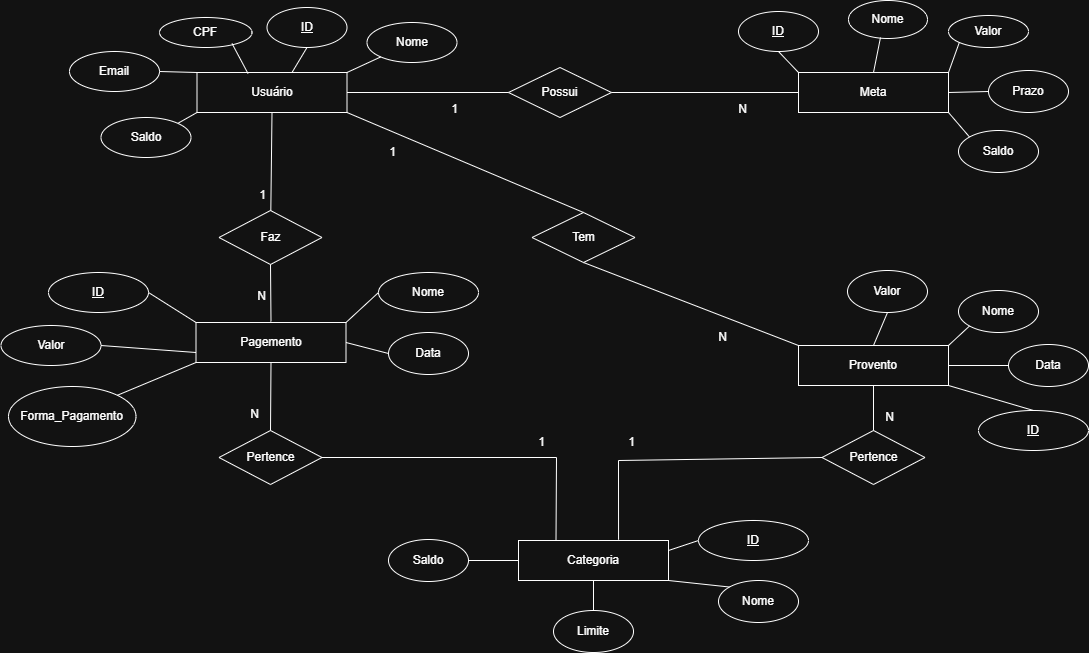
This is DER.png from Lucas-Aguiar-Nunes/FinTrack, a draw.io export, as it was before one commit. Source tidied: cells renumbered, new cells last; positions are measured from the earlier drawing's top-left corner, leaving out a move shared by most shapes.
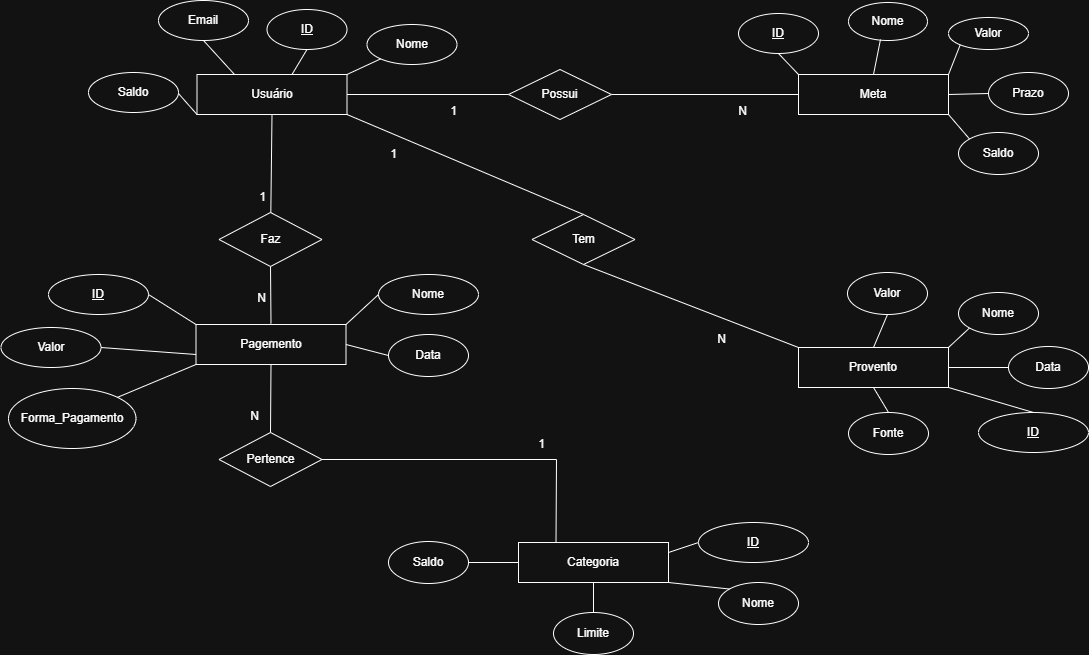
After the commit.

The edit, as a diff of the source:
```diff
@@ -15,11 +15,8 @@
       <mxGeometry x="798" y="345" width="150" height="40" as="geometry" />
     </mxCell>
     <mxCell id="6" value="Email" style="ellipse;whiteSpace=wrap;html=1;align=center;" parent="1" vertex="1">
-      <mxGeometry x="69" y="51" width="90" height="40" as="geometry" />
+      <mxGeometry x="158" y="-2" width="90" height="40" as="geometry" />
     </mxCell>
-    <mxCell id="7" value="CPF" style="ellipse;whiteSpace=wrap;html=1;align=center;" parent="1" vertex="1">
-      <mxGeometry x="159" y="17" width="92.5" height="30" as="geometry" />
-    </mxCell>
     <mxCell id="8" value="Nome" style="ellipse;whiteSpace=wrap;html=1;align=center;" parent="1" vertex="1">
       <mxGeometry x="366.5" y="22" width="90" height="40" as="geometry" />
     </mxCell>
@@ -29,9 +26,6 @@
     <mxCell id="10" style="endArrow=none;html=1;rounded=0;exitX=1;exitY=0;exitDx=0;exitDy=0;" parent="1" edge="1" source="2" target="8">
       <mxGeometry relative="1" as="geometry" />
     </mxCell>
-    <mxCell id="11" style="endArrow=none;html=1;rounded=0;exitX=0.34;exitY=0.025;exitDx=0;exitDy=0;entryX=0.784;entryY=0.867;entryDx=0;entryDy=0;entryPerimeter=0;exitPerimeter=0;" parent="1" edge="1" source="2" target="7">
-      <mxGeometry relative="1" as="geometry" />
-    </mxCell>
     <mxCell id="12" style="endArrow=none;html=1;rounded=0;entryX=0.5;entryY=1;entryDx=0;entryDy=0;" parent="1" edge="1" target="9">
       <mxGeometry relative="1" as="geometry">
         <mxPoint x="291.5" y="72" as="sourcePoint" />
@@ -168,7 +162,7 @@
       <mxGeometry x="1008" y="344" width="80" height="42" as="geometry" />
     </mxCell>
     <mxCell id="51" value="Saldo" style="ellipse;whiteSpace=wrap;html=1;align=center;" parent="1" vertex="1">
-      <mxGeometry x="100.5" y="117" width="90" height="40" as="geometry" />
+      <mxGeometry x="88" y="70" width="90" height="40" as="geometry" />
     </mxCell>
     <mxCell id="52" value="Categoria" style="whiteSpace=wrap;html=1;align=center;" parent="1" vertex="1">
       <mxGeometry x="518" y="540" width="150" height="40" as="geometry" />
@@ -176,18 +170,12 @@
     <mxCell id="53" value="Saldo" style="ellipse;whiteSpace=wrap;html=1;align=center;" parent="1" vertex="1">
       <mxGeometry x="958" y="130" width="80" height="42" as="geometry" />
     </mxCell>
-    <mxCell id="54" style="endArrow=none;html=1;rounded=0;exitX=0;exitY=0;exitDx=0;exitDy=0;entryX=1;entryY=0.5;entryDx=0;entryDy=0;" parent="1" edge="1" source="2" target="6">
-      <mxGeometry relative="1" as="geometry" />
-    </mxCell>
     <mxCell id="55" style="endArrow=none;html=1;rounded=0;exitX=1;exitY=1;exitDx=0;exitDy=0;entryX=0;entryY=0;entryDx=0;entryDy=0;" parent="1" edge="1" source="3" target="53">
       <mxGeometry relative="1" as="geometry" />
     </mxCell>
     <mxCell id="56" value="Pertence" style="shape=rhombus;perimeter=rhombusPerimeter;whiteSpace=wrap;html=1;align=center;" parent="1" vertex="1">
       <mxGeometry x="218.5" y="430" width="103" height="54" as="geometry" />
     </mxCell>
-    <mxCell id="57" value="Pertence" style="shape=rhombus;perimeter=rhombusPerimeter;whiteSpace=wrap;html=1;align=center;" parent="1" vertex="1">
-      <mxGeometry x="821.5" y="430" width="103" height="54" as="geometry" />
-    </mxCell>
     <mxCell id="58" style="endArrow=none;html=1;rounded=0;entryX=0.5;entryY=1;entryDx=0;entryDy=0;exitX=0.5;exitY=0;exitDx=0;exitDy=0;" parent="1" edge="1" source="56" target="4">
       <mxGeometry relative="1" as="geometry" />
     </mxCell>
@@ -198,18 +186,6 @@
         </Array>
       </mxGeometry>
     </mxCell>
-    <mxCell id="60" style="endArrow=none;html=1;rounded=0;entryX=0;entryY=0.5;entryDx=0;entryDy=0;exitX=0.667;exitY=-0.019;exitDx=0;exitDy=0;exitPerimeter=0;" parent="1" edge="1" source="52" target="57">
-      <mxGeometry relative="1" as="geometry">
-        <Array as="points">
-          <mxPoint x="618" y="460" />
-        </Array>
-      </mxGeometry>
-    </mxCell>
-    <mxCell id="61" style="endArrow=none;html=1;rounded=0;entryX=0.5;entryY=1;entryDx=0;entryDy=0;" parent="1" edge="1" target="5">
-      <mxGeometry relative="1" as="geometry">
-        <mxPoint x="873" y="430" as="sourcePoint" />
-      </mxGeometry>
-    </mxCell>
     <mxCell id="62" value="N" style="html=1;whiteSpace=wrap;align=right;verticalAlign=bottom;" parent="1" vertex="1">
       <mxGeometry x="251.5" y="362" as="geometry">
         <mxPoint x="8" y="60" as="offset" />
@@ -220,16 +196,6 @@
         <mxPoint x="8" y="60" as="offset" />
       </mxGeometry>
     </mxCell>
-    <mxCell id="64" value="1" style="html=1;whiteSpace=wrap;align=right;verticalAlign=bottom;" parent="1" vertex="1">
-      <mxGeometry x="628" y="390" as="geometry">
-        <mxPoint x="8" y="60" as="offset" />
-      </mxGeometry>
-    </mxCell>
-    <mxCell id="65" value="N" style="html=1;whiteSpace=wrap;align=right;verticalAlign=bottom;" parent="1" vertex="1">
-      <mxGeometry x="887" y="365" as="geometry">
-        <mxPoint x="8" y="60" as="offset" />
-      </mxGeometry>
-    </mxCell>
     <mxCell id="66" style="endArrow=none;html=1;rounded=0;entryX=0;entryY=0.5;entryDx=0;entryDy=0;exitX=1;exitY=0.5;exitDx=0;exitDy=0;" parent="1" edge="1" source="4" target="67">
       <mxGeometry relative="1" as="geometry" />
     </mxCell>
@@ -266,5 +232,14 @@
     <mxCell id="77" style="endArrow=none;html=1;rounded=0;entryX=0.5;entryY=0;entryDx=0;entryDy=0;exitX=0.5;exitY=1;exitDx=0;exitDy=0;" parent="1" edge="1" source="52" target="76">
       <mxGeometry relative="1" as="geometry" />
     </mxCell>
+    <mxCell id="54" style="endArrow=none;html=1;rounded=0;entryX=0.5;entryY=1;entryDx=0;entryDy=0;exitX=0.25;exitY=0;exitDx=0;exitDy=0;" parent="1" edge="1" source="2" target="6">
+      <mxGeometry relative="1" as="geometry" />
+    </mxCell>
+    <mxCell id="78" value="Fonte" style="ellipse;whiteSpace=wrap;html=1;align=center;" parent="1" vertex="1">
+      <mxGeometry x="848" y="410" width="80" height="42" as="geometry" />
+    </mxCell>
+    <mxCell id="79" style="endArrow=none;html=1;rounded=0;entryX=0.5;entryY=1;entryDx=0;entryDy=0;exitX=0.5;exitY=0;exitDx=0;exitDy=0;" parent="1" edge="1" source="78" target="5">
+      <mxGeometry relative="1" as="geometry" />
+    </mxCell>
   </root>
 </mxGraphModel>
```
